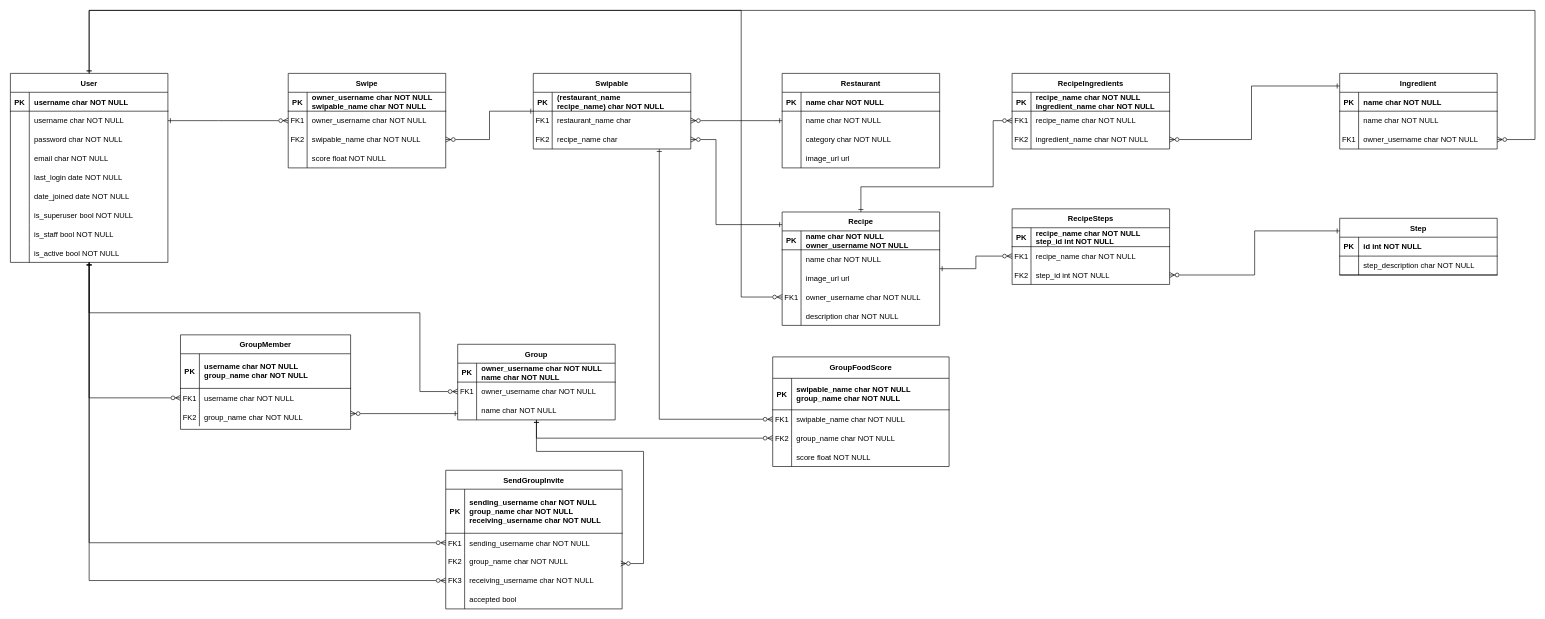
This is grubflow-db.drawio from grubflow/diagrams, a draw.io file, before an edit. Source tidied: cells renumbered, new cells numbered last; positions are measured from the earlier drawing's top-left corner, leaving out a move shared by most shapes. Both pictures are drawn from the tidied source at 63%, with x=0, y=0 at pixel (10, 10).
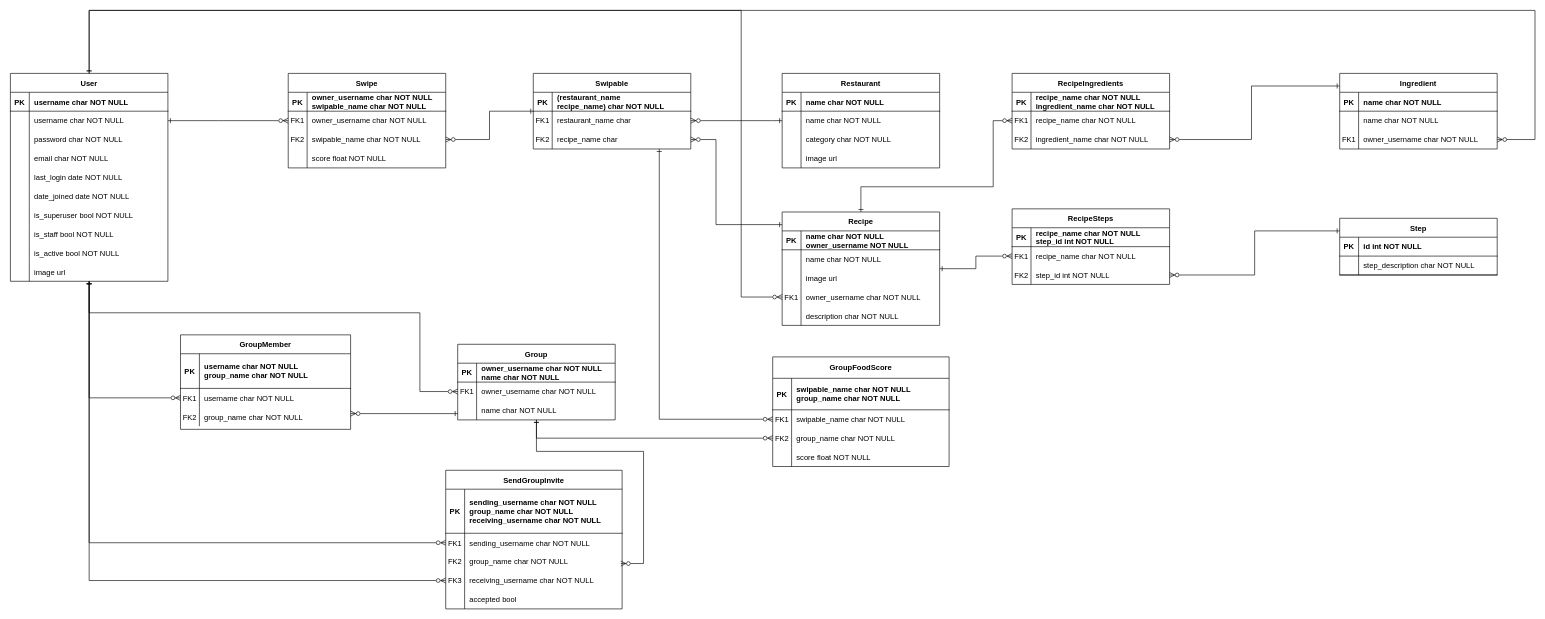
Above is the later version.

Commit message:
add user image field

The change refers to these unchanged cells:
```xml
<mxCell id="120" style="shape=partialRectangle;fillColor=none;top=0;left=0;right=0;bottom=0;" parent="110" vertex="1">
  <mxGeometry y="120" width="250" height="30" as="geometry" />
</mxCell>
<mxCell id="130" style="shape=partialRectangle;fillColor=none;top=0;left=0;right=0;bottom=0;" parent="123" vertex="1">
  <mxGeometry y="90" width="250" height="30" as="geometry" />
</mxCell>
```

Diff of the diagram source:
```diff
@@
     <mxCell id="2" value="User" style="shape=table;startSize=30;childLayout=tableLayout;rowLines=0;fontStyle=1;align=center;gradientColor=none;" parent="1" vertex="1">
-      <mxGeometry y="100" width="250" height="300" as="geometry" />
+      <mxGeometry y="100" width="250" height="330" as="geometry" />
     </mxCell>
@@
+    <mxCell id="188" style="shape=partialRectangle;fillColor=none;top=0;left=0;right=0;bottom=0;" parent="2" vertex="1">
+      <mxGeometry y="300" width="250" height="30" as="geometry" />
+    </mxCell>
+    <mxCell id="189" style="shape=partialRectangle;overflow=hidden;fillColor=none;top=0;left=0;bottom=0;right=0;" parent="188" vertex="1">
+      <mxGeometry width="30" height="30" as="geometry" />
+    </mxCell>
+    <mxCell id="190" value="image url" style="shape=partialRectangle;overflow=hidden;fillColor=none;top=0;left=0;bottom=0;right=0;align=left;spacingLeft=6;" parent="188" vertex="1">
+      <mxGeometry x="30" width="220" height="30" as="geometry" />
+    </mxCell>
@@
-    <mxCell id="122" value="image_url url" style="shape=partialRectangle;overflow=hidden;fillColor=none;top=0;left=0;bottom=0;right=0;align=left;spacingLeft=6;" parent="120" vertex="1">
+    <mxCell id="122" value="image url" style="shape=partialRectangle;overflow=hidden;fillColor=none;top=0;left=0;bottom=0;right=0;align=left;spacingLeft=6;" parent="120" vertex="1">
       <mxGeometry x="30" width="220" height="30" as="geometry" />
     </mxCell>
@@
-    <mxCell id="132" value="image_url url" style="shape=partialRectangle;overflow=hidden;fillColor=none;top=0;left=0;bottom=0;right=0;align=left;spacingLeft=6;" parent="130" vertex="1">
+    <mxCell id="132" value="image url" style="shape=partialRectangle;overflow=hidden;fillColor=none;top=0;left=0;bottom=0;right=0;align=left;spacingLeft=6;" parent="130" vertex="1">
       <mxGeometry x="30" width="220" height="30" as="geometry" />
     </mxCell>
```
